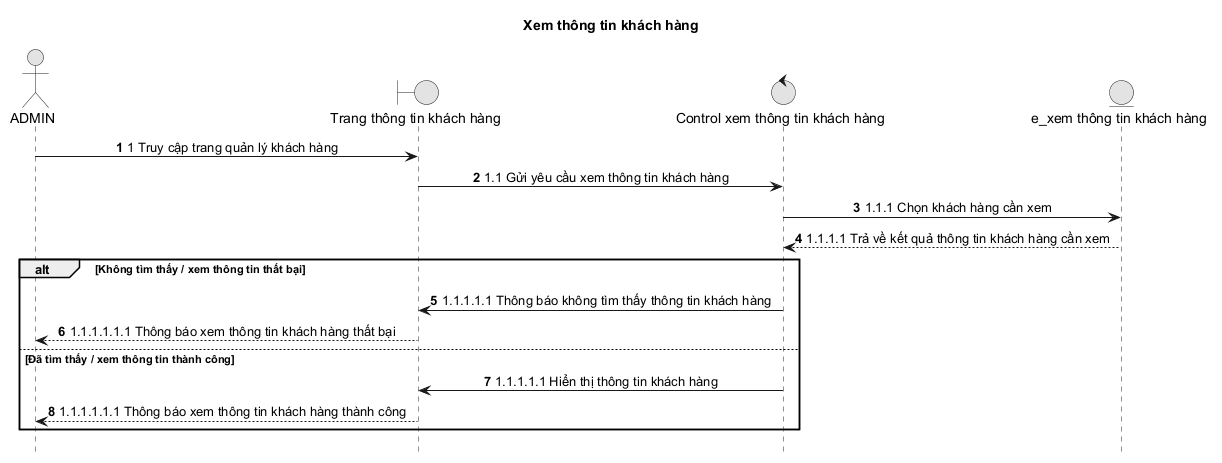
The PlantUML diagram docs/diagrams/sequence-new/admin/02-view-customer-information.png in duygri/do-an-htttdn-crm, before a commit.
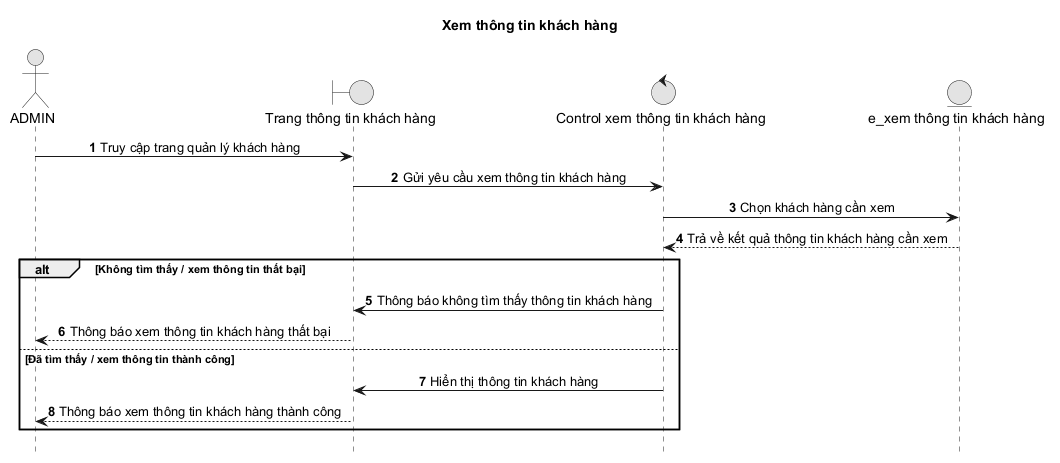
After the change.

Change to the diagram source:
```diff
@@ -11,16 +11,16 @@
 control "Control xem thông tin khách hàng" as Control
 entity "e_xem thông tin khách hàng" as Entity
 
-Admin -> Boundary: 1 Truy cập trang quản lý khách hàng
-Boundary -> Control: 1.1 Gửi yêu cầu xem thông tin khách hàng
-Control -> Entity: 1.1.1 Chọn khách hàng cần xem
-Entity --> Control: 1.1.1.1 Trả về kết quả thông tin khách hàng cần xem
+Admin -> Boundary: Truy cập trang quản lý khách hàng
+Boundary -> Control: Gửi yêu cầu xem thông tin khách hàng
+Control -> Entity: Chọn khách hàng cần xem
+Entity --> Control: Trả về kết quả thông tin khách hàng cần xem
 
 alt Không tìm thấy / xem thông tin thất bại
-  Control -> Boundary: 1.1.1.1.1 Thông báo không tìm thấy thông tin khách hàng
-  Boundary --> Admin: 1.1.1.1.1.1 Thông báo xem thông tin khách hàng thất bại
+  Control -> Boundary: Thông báo không tìm thấy thông tin khách hàng
+  Boundary --> Admin: Thông báo xem thông tin khách hàng thất bại
 else Đã tìm thấy / xem thông tin thành công
-  Control -> Boundary: 1.1.1.1.1 Hiển thị thông tin khách hàng
-  Boundary --> Admin: 1.1.1.1.1.1 Thông báo xem thông tin khách hàng thành công
+  Control -> Boundary: Hiển thị thông tin khách hàng
+  Boundary --> Admin: Thông báo xem thông tin khách hàng thành công
 end
 @enduml
```
